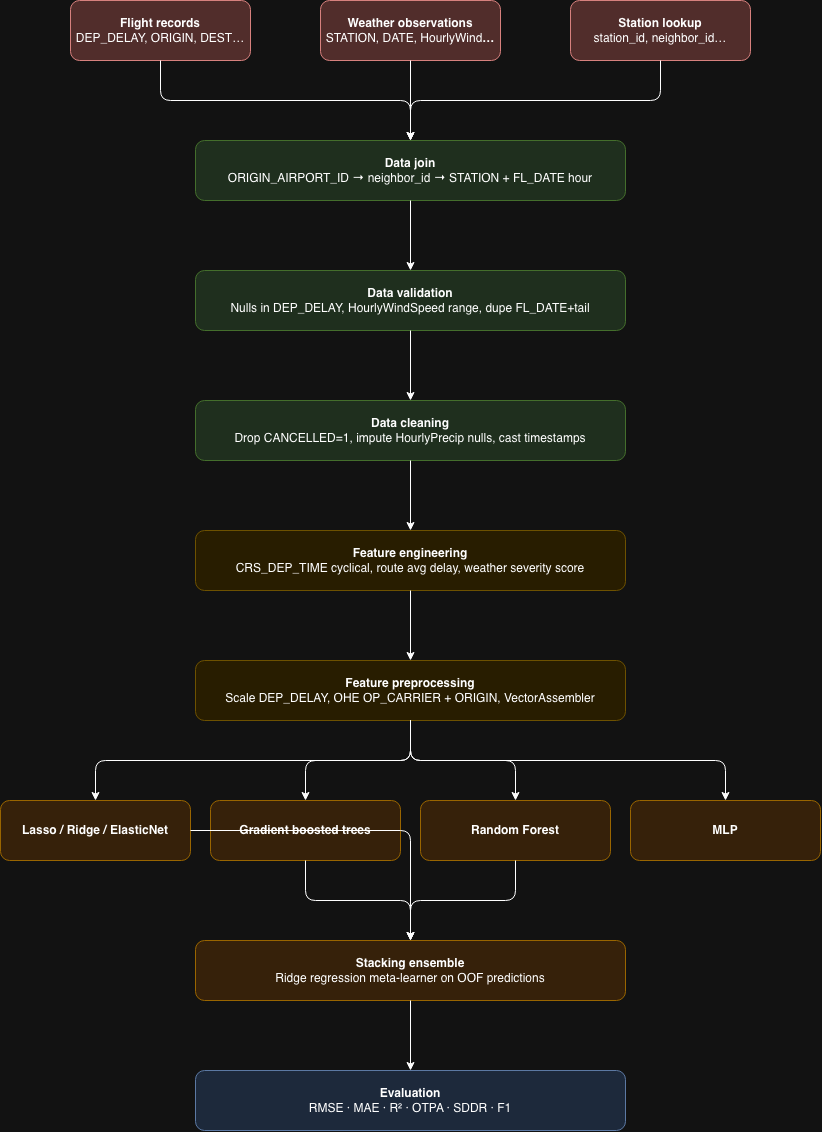
parikr-01/w261_final_project keeps this draw.io diagram as images/ml_pipeline_flight_delay.png. Above is the earlier version. Source tidied: cells renumbered, new cells last; positions are measured from the earlier drawing's top-left corner, leaving out a move shared by most shapes. Source of this version:
```xml
<mxGraphModel>
  <root>
    <mxCell id="0" />
    <mxCell id="1" parent="0" />
    <mxCell id="2" value="Flight records&lt;br&gt;&lt;span style=&quot;font-weight: normal;&quot;&gt;DEP_DELAY, ORIGIN, DEST…&lt;/span&gt;" style="rounded=1;whiteSpace=wrap;html=1;fillColor=#f8cecc;strokeColor=#b85450;fontStyle=1;fontSize=12;" parent="1" vertex="1">
      <mxGeometry x="70" width="180" height="60" as="geometry" />
    </mxCell>
    <mxCell id="3" value="Weather observations&lt;br&gt;&lt;span style=&quot;font-weight: normal;&quot;&gt;STATION, DATE, HourlyWind&lt;/span&gt;…" style="rounded=1;whiteSpace=wrap;html=1;fillColor=#f8cecc;strokeColor=#b85450;fontStyle=1;fontSize=12;" parent="1" vertex="1">
      <mxGeometry x="320" width="180" height="60" as="geometry" />
    </mxCell>
    <mxCell id="4" value="Station lookup&lt;br&gt;&lt;span style=&quot;font-weight: normal;&quot;&gt;station_id, neighbor_id…&lt;/span&gt;" style="rounded=1;whiteSpace=wrap;html=1;fillColor=#f8cecc;strokeColor=#b85450;fontStyle=1;fontSize=12;" parent="1" vertex="1">
      <mxGeometry x="570" width="180" height="60" as="geometry" />
    </mxCell>
    <mxCell id="5" value="Data join&lt;br&gt;&lt;span style=&quot;font-weight: normal;&quot;&gt;ORIGIN_AIRPORT_ID → neighbor_id → STATION + FL_DATE hour&lt;/span&gt;" style="rounded=1;whiteSpace=wrap;html=1;fillColor=#d5e8d4;strokeColor=#82b366;fontStyle=1;fontSize=12;" parent="1" vertex="1">
      <mxGeometry x="195" y="140" width="430" height="60" as="geometry" />
    </mxCell>
    <mxCell id="6" value="Data validation&lt;br&gt;&lt;span style=&quot;font-weight: normal;&quot;&gt;Nulls in DEP_DELAY, HourlyWindSpeed range, dupe FL_DATE+tail&lt;/span&gt;" style="rounded=1;whiteSpace=wrap;html=1;fillColor=#d5e8d4;strokeColor=#82b366;fontStyle=1;fontSize=12;" parent="1" vertex="1">
      <mxGeometry x="195" y="270" width="430" height="60" as="geometry" />
    </mxCell>
    <mxCell id="7" value="Data cleaning&lt;br&gt;&lt;span style=&quot;font-weight: normal;&quot;&gt;Drop CANCELLED=1, impute HourlyPrecip nulls, cast timestamps&lt;/span&gt;" style="rounded=1;whiteSpace=wrap;html=1;fillColor=#d5e8d4;strokeColor=#82b366;fontStyle=1;fontSize=12;" parent="1" vertex="1">
      <mxGeometry x="195" y="400" width="430" height="60" as="geometry" />
    </mxCell>
    <mxCell id="8" value="Feature engineering&lt;br&gt;&lt;span style=&quot;font-weight: normal;&quot;&gt;CRS_DEP_TIME cyclical, route avg delay, weather severity score&lt;/span&gt;" style="rounded=1;whiteSpace=wrap;html=1;fillColor=#fff2cc;strokeColor=#d6b656;fontStyle=1;fontSize=12;" parent="1" vertex="1">
      <mxGeometry x="195" y="530" width="430" height="60" as="geometry" />
    </mxCell>
    <mxCell id="9" value="Feature preprocessing&lt;br&gt;&lt;span style=&quot;font-weight: normal;&quot;&gt;Scale DEP_DELAY, OHE OP_CARRIER + ORIGIN, VectorAssembler&lt;/span&gt;" style="rounded=1;whiteSpace=wrap;html=1;fillColor=#fff2cc;strokeColor=#d6b656;fontStyle=1;fontSize=12;" parent="1" vertex="1">
      <mxGeometry x="195" y="660" width="430" height="60" as="geometry" />
    </mxCell>
    <mxCell id="10" value="Lasso / Ridge / ElasticNet" style="rounded=1;whiteSpace=wrap;html=1;fillColor=#ffe6cc;strokeColor=#d79b00;fontStyle=1;fontSize=12;" parent="1" vertex="1">
      <mxGeometry y="800" width="190" height="60" as="geometry" />
    </mxCell>
    <mxCell id="11" value="Gradient boosted trees" style="rounded=1;whiteSpace=wrap;html=1;fillColor=#ffe6cc;strokeColor=#d79b00;fontStyle=1;fontSize=12;" parent="1" vertex="1">
      <mxGeometry x="210" y="800" width="190" height="60" as="geometry" />
    </mxCell>
    <mxCell id="12" value="Random Forest" style="rounded=1;whiteSpace=wrap;html=1;fillColor=#ffe6cc;strokeColor=#d79b00;fontStyle=1;fontSize=12;" parent="1" vertex="1">
      <mxGeometry x="420" y="800" width="190" height="60" as="geometry" />
    </mxCell>
    <mxCell id="13" value="Stacking ensemble&lt;br&gt;&lt;span style=&quot;font-weight: normal;&quot;&gt;Ridge regression meta-learner on OOF predictions&lt;/span&gt;" style="rounded=1;whiteSpace=wrap;html=1;fillColor=#ffe6cc;strokeColor=#d79b00;fontStyle=1;fontSize=12;" parent="1" vertex="1">
      <mxGeometry x="195" y="940" width="430" height="60" as="geometry" />
    </mxCell>
    <mxCell id="14" value="Evaluation&lt;br&gt;&lt;span style=&quot;font-weight: normal;&quot;&gt;RMSE · MAE · R² · OTPA · SDDR · F1&lt;/span&gt;" style="rounded=1;whiteSpace=wrap;html=1;fillColor=#dae8fc;strokeColor=#6c8ebf;fontStyle=1;fontSize=12;" parent="1" vertex="1">
      <mxGeometry x="195" y="1070" width="430" height="60" as="geometry" />
    </mxCell>
    <mxCell id="15" style="edgeStyle=orthogonalEdgeStyle;" parent="1" edge="1" source="2" target="5">
      <mxGeometry relative="1" as="geometry" />
    </mxCell>
    <mxCell id="16" style="edgeStyle=orthogonalEdgeStyle;" parent="1" edge="1" source="3" target="5">
      <mxGeometry relative="1" as="geometry" />
    </mxCell>
    <mxCell id="17" style="edgeStyle=orthogonalEdgeStyle;" parent="1" edge="1" source="4" target="5">
      <mxGeometry relative="1" as="geometry" />
    </mxCell>
    <mxCell id="18" style="edgeStyle=orthogonalEdgeStyle;" parent="1" edge="1" source="5" target="6">
      <mxGeometry relative="1" as="geometry" />
    </mxCell>
    <mxCell id="19" style="edgeStyle=orthogonalEdgeStyle;" parent="1" edge="1" source="6" target="7">
      <mxGeometry relative="1" as="geometry" />
    </mxCell>
    <mxCell id="20" style="edgeStyle=orthogonalEdgeStyle;" parent="1" edge="1" source="7" target="8">
      <mxGeometry relative="1" as="geometry" />
    </mxCell>
    <mxCell id="21" style="edgeStyle=orthogonalEdgeStyle;" parent="1" edge="1" source="8" target="9">
      <mxGeometry relative="1" as="geometry" />
    </mxCell>
    <mxCell id="22" style="edgeStyle=orthogonalEdgeStyle;" parent="1" edge="1" source="9" target="10">
      <mxGeometry relative="1" as="geometry">
        <Array as="points">
          <mxPoint x="410" y="760" />
          <mxPoint x="95" y="760" />
        </Array>
      </mxGeometry>
    </mxCell>
    <mxCell id="23" style="edgeStyle=orthogonalEdgeStyle;" parent="1" edge="1" source="9" target="11">
      <mxGeometry relative="1" as="geometry" />
    </mxCell>
    <mxCell id="24" style="edgeStyle=orthogonalEdgeStyle;" parent="1" edge="1" source="9" target="12">
      <mxGeometry relative="1" as="geometry" />
    </mxCell>
    <mxCell id="25" style="edgeStyle=orthogonalEdgeStyle;" parent="1" edge="1" source="10" target="13">
      <mxGeometry relative="1" as="geometry" />
    </mxCell>
    <mxCell id="26" style="edgeStyle=orthogonalEdgeStyle;" parent="1" edge="1" source="11" target="13">
      <mxGeometry relative="1" as="geometry" />
    </mxCell>
    <mxCell id="27" style="edgeStyle=orthogonalEdgeStyle;" parent="1" edge="1" source="12" target="13">
      <mxGeometry relative="1" as="geometry" />
    </mxCell>
    <mxCell id="28" style="edgeStyle=orthogonalEdgeStyle;" parent="1" edge="1" source="13" target="14">
      <mxGeometry relative="1" as="geometry" />
    </mxCell>
    <mxCell id="29" value="MLP" style="rounded=1;whiteSpace=wrap;html=1;fillColor=#ffe6cc;strokeColor=#d79b00;fontStyle=1;fontSize=12;" parent="1" vertex="1">
      <mxGeometry x="630" y="800" width="190" height="60" as="geometry" />
    </mxCell>
    <mxCell id="30" style="edgeStyle=orthogonalEdgeStyle;entryX=0.5;entryY=0;entryDx=0;entryDy=0;exitX=0.5;exitY=1;exitDx=0;exitDy=0;" parent="1" edge="1" source="9" target="29">
      <mxGeometry relative="1" as="geometry">
        <Array as="points">
          <mxPoint x="410" y="760" />
          <mxPoint x="725" y="760" />
        </Array>
      </mxGeometry>
    </mxCell>
  </root>
</mxGraphModel>
```
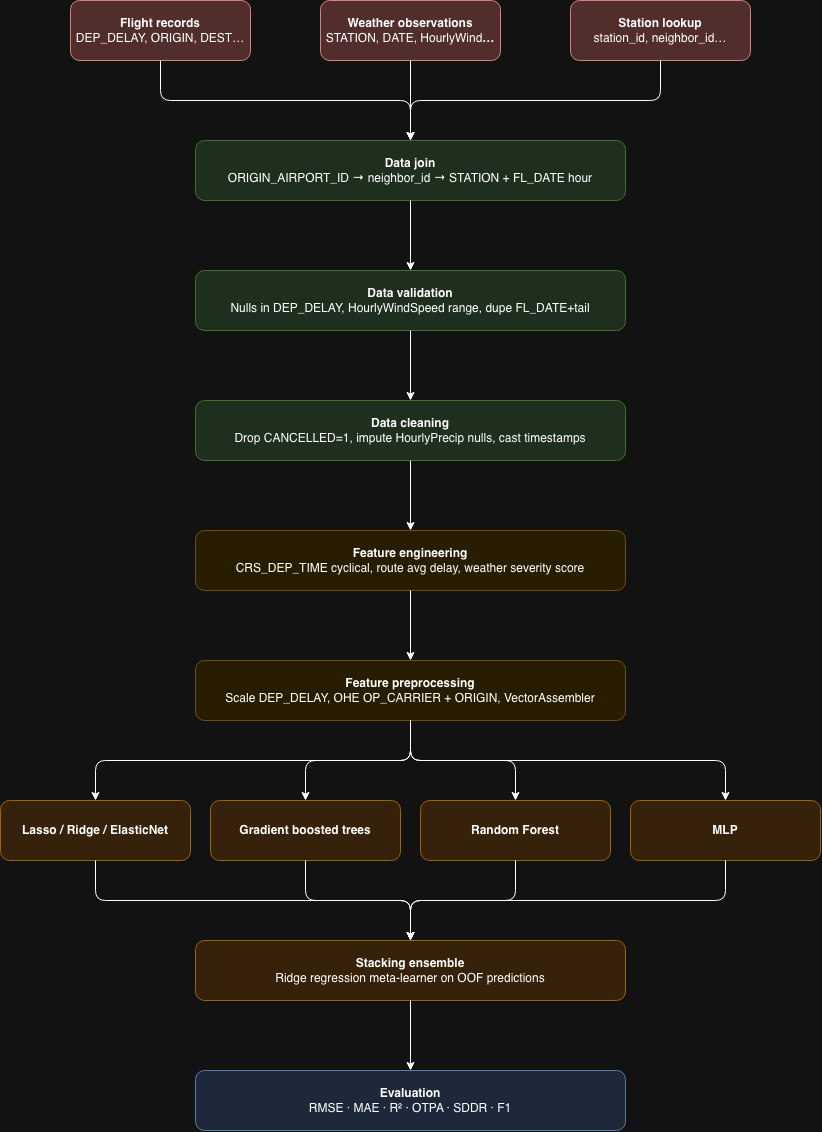
After the change.

The edit, as a diff of the source:
```diff
@@ -77,7 +77,12 @@
       <mxGeometry relative="1" as="geometry" />
     </mxCell>
     <mxCell id="25" style="edgeStyle=orthogonalEdgeStyle;" parent="1" edge="1" source="10" target="13">
-      <mxGeometry relative="1" as="geometry" />
+      <mxGeometry relative="1" as="geometry">
+        <Array as="points">
+          <mxPoint x="95" y="900" />
+          <mxPoint x="410" y="900" />
+        </Array>
+      </mxGeometry>
     </mxCell>
     <mxCell id="26" style="edgeStyle=orthogonalEdgeStyle;" parent="1" edge="1" source="11" target="13">
       <mxGeometry relative="1" as="geometry" />
@@ -99,5 +104,10 @@
         </Array>
       </mxGeometry>
     </mxCell>
+    <mxCell id="31" style="edgeStyle=orthogonalEdgeStyle;exitX=0.5;exitY=1;exitDx=0;exitDy=0;" parent="1" edge="1" source="29">
+      <mxGeometry relative="1" as="geometry">
+        <mxPoint x="410" y="940" as="targetPoint" />
+      </mxGeometry>
+    </mxCell>
   </root>
 </mxGraphModel>
```
